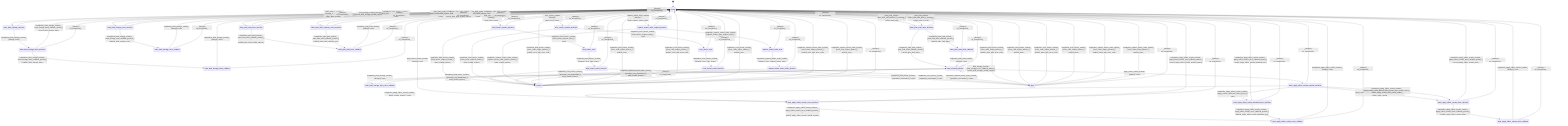
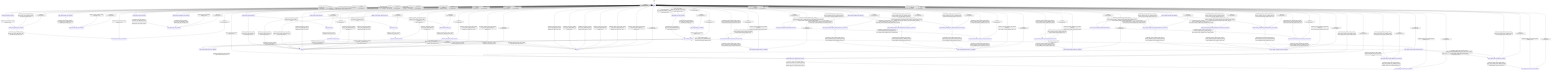
stateDiagram-v2
  direction TB
  [*] --> ready
  ready --> state_bind_storage_decision : bind_storage_runtime [storage_bind_valid_] / effect_bind_storage_
  ready --> state_bind_storage_error_decision : bind_storage_runtime [storage_bind_invalid_] / record_bind_storage_invalid_request_and_clear_binding_
  state_bind_storage_decision --> state_bind_storage_done_decision : completion_bind_storage_runtime_ [always] / none
  state_bind_storage_done_decision --> state_bind_storage_done_callback : completion_bind_storage_runtime_ [bind_storage_done_callback_present_] / publish_bind_storage_done_
  state_bind_storage_done_decision --> ready : completion_bind_storage_runtime_ [bind_storage_done_callback_absent_] / record_bind_storage_done_
  state_bind_storage_done_callback --> ready : completion_bind_storage_runtime_ [always] / none
  state_bind_storage_error_decision --> state_bind_storage_error_callback : completion_bind_storage_runtime_ [bind_storage_error_callback_present_] / publish_bind_storage_error_
  state_bind_storage_error_decision --> ready : completion_bind_storage_runtime_ [bind_storage_error_callback_absent_] / none
  state_bind_storage_error_callback --> ready : completion_bind_storage_runtime_ [always] / none
  state_awaiting_effects --> state_bind_storage_busy_error_callback : bind_storage_runtime [bind_storage_error_callback_present_] / publish_bind_storage_error_
  state_awaiting_effects --> state_awaiting_effects : bind_storage_runtime [bind_storage_error_callback_absent_] / record_bind_storage_invalid_request_
  state_bind_storage_busy_error_callback --> state_awaiting_effects : completion_bind_storage_runtime_ [always] / none
  ready --> state_plan_load_done_decision : plan_load_runtime [plan_load_valid_without_io_strategy_] / effect_plan_load_
  ready --> state_plan_load_done_decision : plan_load_runtime [plan_load_valid_with_io_strategy_] / effect_plan_io_load_
  ready --> state_plan_load_error_decision : plan_load_runtime [plan_load_invalid_request_] / none
  ready --> state_plan_load_capacity_error_decision : plan_load_runtime [plan_load_invalid_capacity_] / none
  state_plan_load_done_decision --> state_plan_load_done_callback : completion_plan_load_runtime_ [plan_load_done_callback_present_] / publish_plan_load_done_
  state_plan_load_done_decision --> state_awaiting_effects : completion_plan_load_runtime_ [plan_load_done_callback_absent_] / record_plan_load_done_
  state_plan_load_done_callback --> state_awaiting_effects : completion_plan_load_runtime_ [always] / none
  state_plan_load_error_decision --> state_plan_load_error_callback : completion_plan_load_runtime_ [plan_load_error_callback_present_] / publish_plan_load_invalid_request_
  state_plan_load_error_decision --> ready : completion_plan_load_runtime_ [plan_load_error_callback_absent_] / record_plan_load_invalid_request_
  state_plan_load_capacity_error_decision --> state_plan_load_error_callback : completion_plan_load_runtime_ [plan_load_error_callback_present_] / publish_plan_load_capacity_error_
  state_plan_load_capacity_error_decision --> ready : completion_plan_load_runtime_ [plan_load_error_callback_absent_] / record_plan_load_capacity_error_
  state_plan_load_error_callback --> ready : completion_plan_load_runtime_ [always] / none
  state_awaiting_effects --> state_apply_effect_results_request_decision : apply_effect_results_runtime [always] / none
  state_apply_effect_results_request_decision --> state_apply_effect_results_error_decision : completion_apply_effect_results_runtime_ [apply_results_invalid_] / none
  state_apply_effect_results_request_decision --> state_apply_effect_results_backend_error_decision : completion_apply_effect_results_runtime_ [apply_results_valid_with_effect_errors_] / none
  state_apply_effect_results_request_decision --> state_apply_effect_results_done_decision : completion_apply_effect_results_runtime_ [apply_results_valid_without_effect_errors_without_record_output_] / effect_apply_results_
  state_apply_effect_results_request_decision --> state_apply_effect_results_done_decision : completion_apply_effect_results_runtime_ [apply_results_valid_without_effect_errors_with_record_output_] / effect_apply_results_with_record_output_
  ready --> state_apply_effect_results_error_decision : apply_effect_results_runtime [always] / none
  state_apply_effect_results_done_decision --> state_apply_effect_results_done_callback : completion_apply_effect_results_runtime_ [apply_effect_results_done_callback_present_] / publish_apply_effect_results_done_
  state_apply_effect_results_done_decision --> ready : completion_apply_effect_results_runtime_ [apply_effect_results_done_callback_absent_] / record_apply_effect_results_done_
  state_apply_effect_results_done_callback --> ready : completion_apply_effect_results_runtime_ [always] / none
  state_apply_effect_results_error_decision --> state_apply_effect_results_error_callback : completion_apply_effect_results_runtime_ [apply_effect_results_error_callback_present_] / publish_apply_effect_results_invalid_request_
  state_apply_effect_results_error_decision --> ready : completion_apply_effect_results_runtime_ [apply_effect_results_error_callback_absent_] / record_apply_effect_results_invalid_request_
  state_apply_effect_results_backend_error_decision --> state_apply_effect_results_error_callback : completion_apply_effect_results_runtime_ [apply_effect_results_error_callback_present_] / publish_apply_effect_results_backend_error_
  state_apply_effect_results_backend_error_decision --> ready : completion_apply_effect_results_runtime_ [apply_effect_results_error_callback_absent_] / record_apply_effect_results_backend_error_
  state_apply_effect_results_error_callback --> ready : completion_apply_effect_results_runtime_ [always] / none
  ready --> bind_tensor_request_decision : bind_tensor_runtime [always] / begin_bind_tensor_
  bind_tensor_request_decision --> bind_tensor_exec : completion_bind_tensor_runtime_ [bind_tensor_request_valid_] / none
  bind_tensor_request_decision --> errored : completion_bind_tensor_runtime_ [bind_tensor_request_invalid_] / mark_invalid_request_
  bind_tensor_exec --> bind_tensor_result_decision : completion_bind_tensor_runtime_ [always] / exec_bind_tensor_
  bind_tensor_result_decision --> done : completion_bind_tensor_runtime_ [operation_succeeded_] / none
  bind_tensor_result_decision --> errored : completion_bind_tensor_runtime_ [operation_not_dispatched_] / mark_invalid_request_
  ready --> evict_tensor_request_decision : evict_tensor_runtime [always] / begin_evict_tensor_
  evict_tensor_request_decision --> evict_tensor_exec : completion_evict_tensor_runtime_ [evict_tensor_request_valid_] / none
  evict_tensor_request_decision --> errored : completion_evict_tensor_runtime_ [evict_tensor_request_invalid_] / mark_invalid_request_
  evict_tensor_exec --> evict_tensor_result_decision : completion_evict_tensor_runtime_ [always] / exec_evict_tensor_
  evict_tensor_result_decision --> done : completion_evict_tensor_runtime_ [operation_succeeded_] / none
  evict_tensor_result_decision --> errored : completion_evict_tensor_runtime_ [operation_not_dispatched_] / mark_invalid_request_
  ready --> capture_tensor_state_request_decision : capture_tensor_state_runtime [always] / begin_capture_tensor_state_
  capture_tensor_state_request_decision --> capture_tensor_state_exec : completion_capture_tensor_state_runtime_ [capture_tensor_state_request_valid_] / none
  capture_tensor_state_request_decision --> errored : completion_capture_tensor_state_runtime_ [capture_tensor_state_request_invalid_] / mark_invalid_request_
  capture_tensor_state_exec --> capture_tensor_state_result_decision : completion_capture_tensor_state_runtime_ [always] / exec_capture_tensor_state_
  capture_tensor_state_result_decision --> done : completion_capture_tensor_state_runtime_ [operation_succeeded_] / none
  capture_tensor_state_result_decision --> errored : completion_capture_tensor_state_runtime_ [operation_not_dispatched_] / mark_invalid_request_
  done --> ready : completion_bind_tensor_runtime_ [error_code_output_present_] / publish_done_with_error_code_
  done --> ready : completion_bind_tensor_runtime_ [error_code_output_absent_] / publish_done_
  errored --> ready : completion_bind_tensor_runtime_ [error_code_output_present_] / publish_error_with_error_code_
  errored --> ready : completion_bind_tensor_runtime_ [error_code_output_absent_] / publish_error_
  done --> ready : completion_evict_tensor_runtime_ [error_code_output_present_] / publish_done_with_error_code_
  done --> ready : completion_evict_tensor_runtime_ [error_code_output_absent_] / publish_done_
  errored --> ready : completion_evict_tensor_runtime_ [error_code_output_present_] / publish_error_with_error_code_
  errored --> ready : completion_evict_tensor_runtime_ [error_code_output_absent_] / publish_error_
  done --> ready : completion_capture_tensor_state_runtime_ [error_code_output_present_] / publish_done_with_error_code_
  done --> ready : completion_capture_tensor_state_runtime_ [error_code_output_absent_] / publish_done_
  errored --> ready : completion_capture_tensor_state_runtime_ [error_code_output_present_] / publish_error_with_error_code_
  errored --> ready : completion_capture_tensor_state_runtime_ [error_code_output_absent_] / publish_error_
+   ready --> state_request_mapped_load_decision : request_mapped_load_runtime [always] / effect_begin_request_mapped_load_
+   state_request_mapped_load_decision --> state_request_mapped_load_unsupported_io_mmap_error_decision : completion_request_mapped_load_runtime_ [request_mapped_load_io_mmap_absent_] / effect_mark_request_mapped_load_unsupported_io_mmap_
+   state_request_mapped_load_decision --> state_request_mapped_load_invalid_request_error_decision : completion_request_mapped_load_runtime_ [request_mapped_load_io_mmap_present_request_invalid_] / effect_mark_request_mapped_load_invalid_request_
+   state_request_mapped_load_decision --> state_request_mapped_load_already_resident_error_decision : completion_request_mapped_load_runtime_ [request_mapped_load_io_mmap_present_request_valid_already_resident_] / effect_mark_request_mapped_load_tensor_already_resident_
+   state_request_mapped_load_decision --> state_request_mapped_load_dispatch_decision : completion_request_mapped_load_runtime_ [request_mapped_load_io_mmap_present_request_valid_tensor_unbound_] / effect_attempt_request_mapped_load_dispatch_
+   state_request_mapped_load_dispatch_decision --> state_request_mapped_load_publish_done_decision : completion_request_mapped_load_runtime_ [request_mapped_load_io_mmap_succeeded_] / effect_commit_request_mapped_load_
+   state_request_mapped_load_dispatch_decision --> state_request_mapped_load_io_mmap_error_decision : completion_request_mapped_load_runtime_ [request_mapped_load_io_mmap_failed_] / effect_mark_request_mapped_load_io_mmap_failed_
+   state_request_mapped_load_publish_done_decision --> state_request_mapped_load_done_callback : completion_request_mapped_load_runtime_ [request_mapped_load_done_callback_present_] / effect_publish_request_mapped_load_done_
+   state_request_mapped_load_publish_done_decision --> ready : completion_request_mapped_load_runtime_ [request_mapped_load_done_callback_absent_] / effect_record_request_mapped_load_done_
+   state_request_mapped_load_done_callback --> ready : completion_request_mapped_load_runtime_ [always] / effect_record_request_mapped_load_done_
+   state_request_mapped_load_invalid_request_error_decision --> state_request_mapped_load_error_callback : completion_request_mapped_load_runtime_ [request_mapped_load_error_callback_present_] / effect_publish_request_mapped_load_error_
+   state_request_mapped_load_invalid_request_error_decision --> ready : completion_request_mapped_load_runtime_ [request_mapped_load_error_callback_absent_] / effect_record_request_mapped_load_error_
+   state_request_mapped_load_unsupported_io_mmap_error_decision --> state_request_mapped_load_error_callback : completion_request_mapped_load_runtime_ [request_mapped_load_error_callback_present_] / effect_publish_request_mapped_load_error_
+   state_request_mapped_load_unsupported_io_mmap_error_decision --> ready : completion_request_mapped_load_runtime_ [request_mapped_load_error_callback_absent_] / effect_record_request_mapped_load_error_
+   state_request_mapped_load_already_resident_error_decision --> state_request_mapped_load_error_callback : completion_request_mapped_load_runtime_ [request_mapped_load_error_callback_present_] / effect_publish_request_mapped_load_error_
+   state_request_mapped_load_already_resident_error_decision --> ready : completion_request_mapped_load_runtime_ [request_mapped_load_error_callback_absent_] / effect_record_request_mapped_load_error_
+   state_request_mapped_load_io_mmap_error_decision --> state_request_mapped_load_error_callback : completion_request_mapped_load_runtime_ [request_mapped_load_error_callback_present_] / effect_publish_request_mapped_load_error_
+   state_request_mapped_load_io_mmap_error_decision --> ready : completion_request_mapped_load_runtime_ [request_mapped_load_error_callback_absent_] / effect_record_request_mapped_load_error_
+   state_request_mapped_load_error_callback --> ready : completion_request_mapped_load_runtime_ [always] / effect_record_request_mapped_load_error_
+   ready --> state_release_mapped_load_decision : release_mapped_load_runtime [always] / effect_begin_release_mapped_load_
+   state_release_mapped_load_decision --> state_release_mapped_load_unsupported_io_mmap_error_decision : completion_release_mapped_load_runtime_ [release_mapped_load_io_mmap_absent_] / effect_mark_release_mapped_load_unsupported_io_mmap_
+   state_release_mapped_load_decision --> state_release_mapped_load_invalid_request_error_decision : completion_release_mapped_load_runtime_ [release_mapped_load_io_mmap_present_request_invalid_] / effect_mark_release_mapped_load_invalid_request_
+   state_release_mapped_load_decision --> state_release_mapped_load_handle_absent_error_decision : completion_release_mapped_load_runtime_ [release_mapped_load_io_mmap_present_request_valid_handle_absent_] / effect_mark_release_mapped_load_handle_absent_
+   state_release_mapped_load_decision --> state_release_mapped_load_dispatch_decision : completion_release_mapped_load_runtime_ [release_mapped_load_io_mmap_present_request_valid_handle_present_] / effect_attempt_release_mapped_load_dispatch_
+   state_release_mapped_load_dispatch_decision --> state_release_mapped_load_publish_done_decision : completion_release_mapped_load_runtime_ [release_mapped_load_io_mmap_succeeded_] / effect_commit_release_mapped_load_
+   state_release_mapped_load_dispatch_decision --> state_release_mapped_load_io_mmap_error_decision : completion_release_mapped_load_runtime_ [release_mapped_load_io_mmap_failed_] / effect_mark_release_mapped_load_io_mmap_failed_
+   state_release_mapped_load_publish_done_decision --> state_release_mapped_load_done_callback : completion_release_mapped_load_runtime_ [release_mapped_load_done_callback_present_] / effect_publish_release_mapped_load_done_
+   state_release_mapped_load_publish_done_decision --> ready : completion_release_mapped_load_runtime_ [release_mapped_load_done_callback_absent_] / effect_record_release_mapped_load_done_
+   state_release_mapped_load_done_callback --> ready : completion_release_mapped_load_runtime_ [always] / effect_record_release_mapped_load_done_
+   state_release_mapped_load_invalid_request_error_decision --> state_release_mapped_load_error_callback : completion_release_mapped_load_runtime_ [release_mapped_load_error_callback_present_] / effect_publish_release_mapped_load_error_
+   state_release_mapped_load_invalid_request_error_decision --> ready : completion_release_mapped_load_runtime_ [release_mapped_load_error_callback_absent_] / effect_record_release_mapped_load_error_
+   state_release_mapped_load_unsupported_io_mmap_error_decision --> state_release_mapped_load_error_callback : completion_release_mapped_load_runtime_ [release_mapped_load_error_callback_present_] / effect_publish_release_mapped_load_error_
+   state_release_mapped_load_unsupported_io_mmap_error_decision --> ready : completion_release_mapped_load_runtime_ [release_mapped_load_error_callback_absent_] / effect_record_release_mapped_load_error_
+   state_release_mapped_load_handle_absent_error_decision --> state_release_mapped_load_error_callback : completion_release_mapped_load_runtime_ [release_mapped_load_error_callback_present_] / effect_publish_release_mapped_load_error_
+   state_release_mapped_load_handle_absent_error_decision --> ready : completion_release_mapped_load_runtime_ [release_mapped_load_error_callback_absent_] / effect_record_release_mapped_load_error_
+   state_release_mapped_load_io_mmap_error_decision --> state_release_mapped_load_error_callback : completion_release_mapped_load_runtime_ [release_mapped_load_error_callback_present_] / effect_publish_release_mapped_load_error_
+   state_release_mapped_load_io_mmap_error_decision --> ready : completion_release_mapped_load_runtime_ [release_mapped_load_error_callback_absent_] / effect_record_release_mapped_load_error_
+   state_release_mapped_load_error_callback --> ready : completion_release_mapped_load_runtime_ [always] / effect_record_release_mapped_load_error_
  ready --> ready : _ [always] / on_unexpected_
  state_bind_storage_decision --> ready : _ [always] / on_unexpected_
  state_bind_storage_done_decision --> ready : _ [always] / on_unexpected_
  state_bind_storage_done_callback --> ready : _ [always] / on_unexpected_
  state_bind_storage_error_decision --> ready : _ [always] / on_unexpected_
  state_bind_storage_error_callback --> ready : _ [always] / on_unexpected_
  state_bind_storage_busy_error_callback --> state_awaiting_effects : _ [always] / on_unexpected_
  state_plan_load_done_decision --> ready : _ [always] / on_unexpected_
  state_plan_load_done_callback --> ready : _ [always] / on_unexpected_
  state_plan_load_error_decision --> ready : _ [always] / on_unexpected_
  state_plan_load_capacity_error_decision --> ready : _ [always] / on_unexpected_
  state_plan_load_error_callback --> ready : _ [always] / on_unexpected_
  state_awaiting_effects --> ready : _ [always] / on_unexpected_
  state_apply_effect_results_request_decision --> ready : _ [always] / on_unexpected_
  state_apply_effect_results_done_decision --> ready : _ [always] / on_unexpected_
  state_apply_effect_results_done_callback --> ready : _ [always] / on_unexpected_
  state_apply_effect_results_error_decision --> ready : _ [always] / on_unexpected_
  state_apply_effect_results_backend_error_decision --> ready : _ [always] / on_unexpected_
  state_apply_effect_results_error_callback --> ready : _ [always] / on_unexpected_
  bind_tensor_request_decision --> ready : _ [always] / on_unexpected_
  bind_tensor_exec --> ready : _ [always] / on_unexpected_
  bind_tensor_result_decision --> ready : _ [always] / on_unexpected_
  evict_tensor_request_decision --> ready : _ [always] / on_unexpected_
  evict_tensor_exec --> ready : _ [always] / on_unexpected_
  evict_tensor_result_decision --> ready : _ [always] / on_unexpected_
  capture_tensor_state_request_decision --> ready : _ [always] / on_unexpected_
  capture_tensor_state_exec --> ready : _ [always] / on_unexpected_
  capture_tensor_state_result_decision --> ready : _ [always] / on_unexpected_
  done --> ready : _ [always] / on_unexpected_
  errored --> ready : _ [always] / on_unexpected_
+   state_request_mapped_load_decision --> ready : _ [always] / on_unexpected_
+   state_request_mapped_load_dispatch_decision --> ready : _ [always] / on_unexpected_
+   state_request_mapped_load_publish_done_decision --> ready : _ [always] / on_unexpected_
+   state_request_mapped_load_done_callback --> ready : _ [always] / on_unexpected_
+   state_request_mapped_load_invalid_request_error_decision --> ready : _ [always] / on_unexpected_
+   state_request_mapped_load_unsupported_io_mmap_error_decision --> ready : _ [always] / on_unexpected_
+   state_request_mapped_load_already_resident_error_decision --> ready : _ [always] / on_unexpected_
+   state_request_mapped_load_io_mmap_error_decision --> ready : _ [always] / on_unexpected_
+   state_request_mapped_load_error_callback --> ready : _ [always] / on_unexpected_
+   state_release_mapped_load_decision --> ready : _ [always] / on_unexpected_
+   state_release_mapped_load_dispatch_decision --> ready : _ [always] / on_unexpected_
+   state_release_mapped_load_publish_done_decision --> ready : _ [always] / on_unexpected_
+   state_release_mapped_load_done_callback --> ready : _ [always] / on_unexpected_
+   state_release_mapped_load_invalid_request_error_decision --> ready : _ [always] / on_unexpected_
+   state_release_mapped_load_unsupported_io_mmap_error_decision --> ready : _ [always] / on_unexpected_
+   state_release_mapped_load_handle_absent_error_decision --> ready : _ [always] / on_unexpected_
+   state_release_mapped_load_io_mmap_error_decision --> ready : _ [always] / on_unexpected_
+   state_release_mapped_load_error_callback --> ready : _ [always] / on_unexpected_
